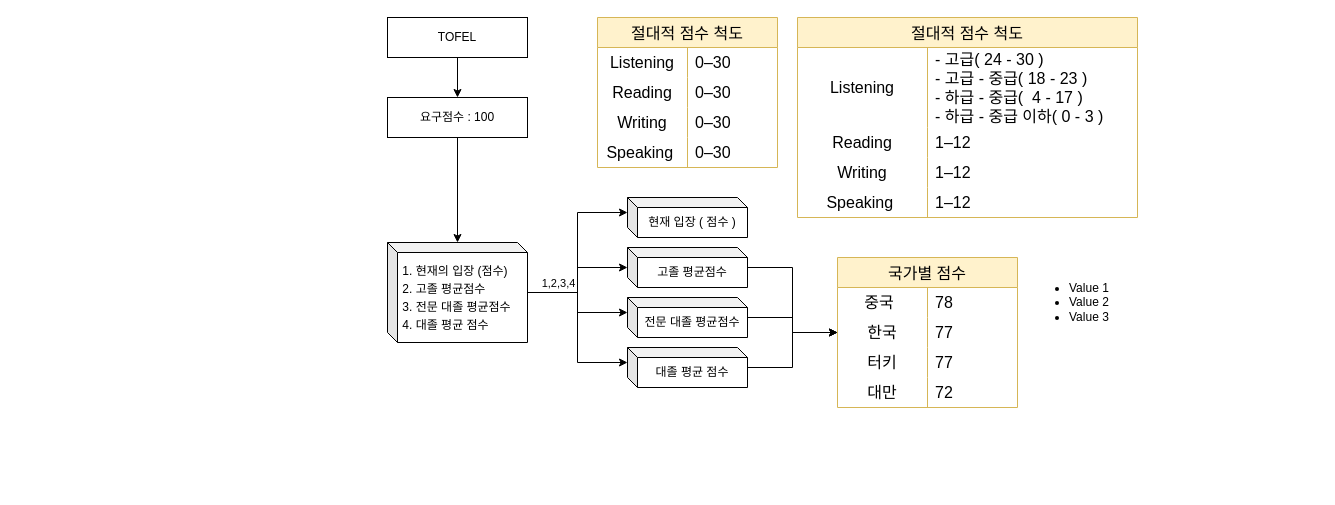
Earlier version of the draw.io diagram TOEFL.drawio (pH-513/CLangStudyList). Source tidied: cells renumbered, new cells numbered last; positions are measured from the earlier drawing's top-left corner, leaving out a move shared by most shapes. Both pictures are drawn from the tidied source at 100%, with x=0, y=0 at pixel (387, 17).
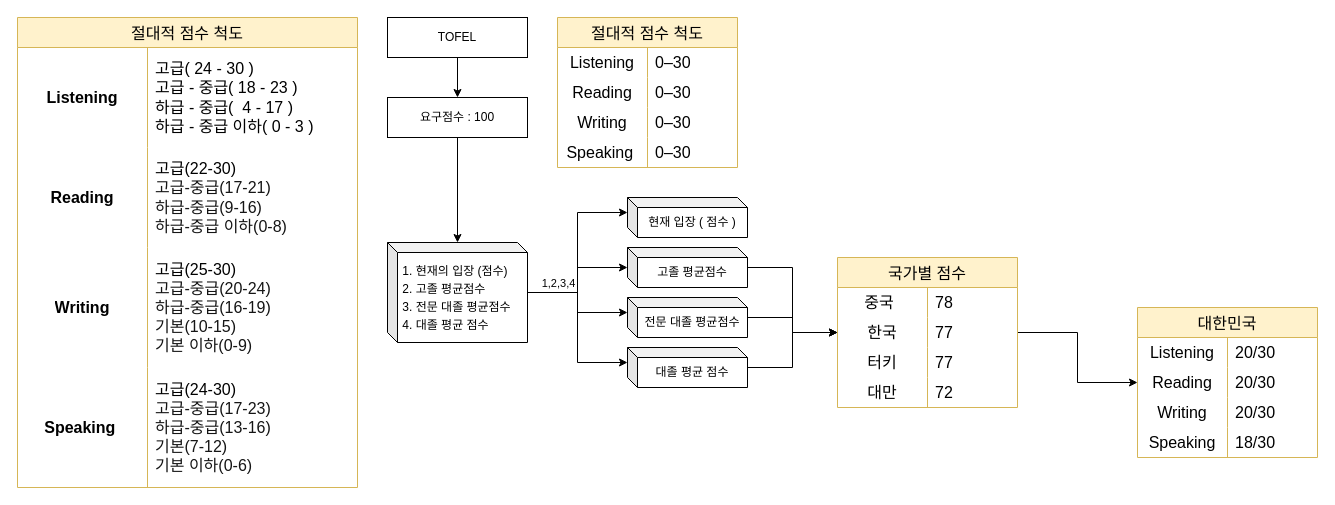
After the change.

The change refers to these unchanged cells:
```xml
<mxCell id="32" value="국가별 점수" style="shape=table;startSize=30;childLayout=tableLayout;rowLines=0;fontStyle=0;strokeColor=#d6b656;fontSize=16;fillColor=#fff2cc;" parent="1" vertex="1">
  <mxGeometry x="450" y="240" width="180" height="150" as="geometry" />
</mxCell>
```

The edit, as a diff of the source:
```diff
@@
     <mxCell id="19" value="절대적 점수 척도" style="shape=table;startSize=30;childLayout=tableLayout;rowLines=0;fontStyle=0;strokeColor=#d6b656;fontSize=16;fillColor=#fff2cc;" parent="1" vertex="1">
-      <mxGeometry x="210" width="180" height="150" as="geometry" />
+      <mxGeometry x="170" width="180" height="150" as="geometry" />
     </mxCell>
@@
+    <mxCell id="59" style="edgeStyle=orthogonalEdgeStyle;rounded=0;jettySize=auto;html=1;" parent="1" edge="1" source="32" target="60">
+      <mxGeometry relative="1" as="geometry" />
+    </mxCell>
@@
-    <mxCell id="45" value="&lt;ul&gt;&lt;li&gt;Value 1&lt;/li&gt;&lt;li&gt;Value 2&lt;/li&gt;&lt;li&gt;Value 3&lt;/li&gt;&lt;/ul&gt;" style="text;strokeColor=none;fillColor=none;html=1;whiteSpace=wrap;verticalAlign=middle;overflow=hidden;" parent="1" vertex="1">
-      <mxGeometry x="640" y="245" width="100" height="80" as="geometry" />
-    </mxCell>
     <mxCell id="46" value="절대적 점수 척도" style="shape=table;startSize=30;childLayout=tableLayout;rowLines=0;fontStyle=0;strokeColor=#d6b656;fontSize=16;fillColor=#fff2cc;" parent="1" vertex="1">
-      <mxGeometry x="410" width="340" height="200" as="geometry" />
+      <mxGeometry x="-370" width="340" height="470" as="geometry" />
     </mxCell>
     <mxCell id="47" style="shape=tableRow;horizontal=0;startSize=0;swimlaneHead=0;swimlaneBody=0;top=0;left=0;bottom=0;right=0;fillColor=none;strokeColor=inherit;fontSize=16;" parent="46" vertex="1">
-      <mxGeometry y="30" width="340" height="80" as="geometry" />
+      <mxGeometry y="30" width="340" height="100" as="geometry" />
     </mxCell>
-    <mxCell id="48" value="Listening" style="shape=partialRectangle;html=1;whiteSpace=wrap;fillColor=none;top=0;left=0;bottom=0;right=0;overflow=hidden;strokeColor=inherit;fontSize=16;" parent="47" vertex="1">
-      <mxGeometry width="130" height="80" as="geometry" />
+    <mxCell id="48" value="&lt;b&gt;Listening&lt;/b&gt;" style="shape=partialRectangle;html=1;whiteSpace=wrap;fillColor=none;top=0;left=0;bottom=0;right=0;overflow=hidden;strokeColor=inherit;fontSize=16;" parent="47" vertex="1">
+      <mxGeometry width="130" height="100" as="geometry" />
     </mxCell>
-    <mxCell id="49" value="- 고급( 24 - 30 )&lt;br&gt;- 고급 - 중급( 18 - 23 )&lt;br&gt;- 하급 - 중급(&amp;nbsp; 4 - 17 )&lt;br&gt;- 하급 - 중급 이하( 0 - 3 )" style="shape=partialRectangle;html=1;whiteSpace=wrap;fillColor=none;top=0;left=0;bottom=0;right=0;align=left;spacingLeft=6;overflow=hidden;strokeColor=inherit;fontSize=16;" parent="47" vertex="1">
-      <mxGeometry x="130" width="210" height="80" as="geometry" />
+    <mxCell id="49" value="고급( 24 - 30 )&lt;br&gt;고급 - 중급( 18 - 23 )&lt;br&gt;하급 - 중급(&amp;nbsp; 4 - 17 )&lt;br&gt;하급 - 중급 이하( 0 - 3 )" style="shape=partialRectangle;html=1;whiteSpace=wrap;fillColor=none;top=0;left=0;bottom=0;right=0;align=left;spacingLeft=6;overflow=hidden;strokeColor=inherit;fontSize=16;" parent="47" vertex="1">
+      <mxGeometry x="130" width="210" height="100" as="geometry" />
     </mxCell>
     <mxCell id="50" style="shape=tableRow;horizontal=0;startSize=0;swimlaneHead=0;swimlaneBody=0;top=0;left=0;bottom=0;right=0;fillColor=none;strokeColor=inherit;fontSize=16;" parent="46" vertex="1">
-      <mxGeometry y="110" width="340" height="30" as="geometry" />
+      <mxGeometry y="130" width="340" height="100" as="geometry" />
     </mxCell>
-    <mxCell id="51" value="Reading" style="shape=partialRectangle;html=1;whiteSpace=wrap;fillColor=none;top=0;left=0;bottom=0;right=0;overflow=hidden;strokeColor=inherit;fontSize=16;" parent="50" vertex="1">
-      <mxGeometry width="130" height="30" as="geometry" />
+    <mxCell id="51" value="&lt;b&gt;Reading&lt;/b&gt;" style="shape=partialRectangle;html=1;whiteSpace=wrap;fillColor=none;top=0;left=0;bottom=0;right=0;overflow=hidden;strokeColor=inherit;fontSize=16;" parent="50" vertex="1">
+      <mxGeometry width="130" height="100" as="geometry" />
     </mxCell>
-    <mxCell id="52" value="1–12" style="shape=partialRectangle;html=1;whiteSpace=wrap;fillColor=none;top=0;left=0;bottom=0;right=0;align=left;spacingLeft=6;overflow=hidden;strokeColor=inherit;fontSize=16;" parent="50" vertex="1">
-      <mxGeometry x="130" width="210" height="30" as="geometry" />
+    <mxCell id="52" value="&lt;font style=&quot;font-size: 16px;&quot;&gt;고급(22-30)&lt;br style=&quot;box-sizing: border-box; color: rgb(21, 21, 21); background-color: rgb(255, 255, 255);&quot; aria-hidden=&quot;true&quot;&gt;&lt;span style=&quot;color: rgb(21, 21, 21); background-color: rgb(255, 255, 255);&quot;&gt;고급-중급(17-21)&lt;/span&gt;&lt;br style=&quot;box-sizing: border-box; color: rgb(21, 21, 21); background-color: rgb(255, 255, 255);&quot; aria-hidden=&quot;true&quot;&gt;&lt;span style=&quot;color: rgb(21, 21, 21); background-color: rgb(255, 255, 255);&quot;&gt;하급-중급(9-16)&lt;/span&gt;&lt;br style=&quot;box-sizing: border-box; color: rgb(21, 21, 21); background-color: rgb(255, 255, 255);&quot; aria-hidden=&quot;true&quot;&gt;&lt;span style=&quot;color: rgb(21, 21, 21); background-color: rgb(255, 255, 255);&quot;&gt;하급-중급 이하(0-8)&lt;/span&gt;&lt;/font&gt;" style="shape=partialRectangle;html=1;whiteSpace=wrap;fillColor=none;top=0;left=0;bottom=0;right=0;align=left;spacingLeft=6;overflow=hidden;strokeColor=inherit;fontSize=16;" parent="50" vertex="1">
+      <mxGeometry x="130" width="210" height="100" as="geometry" />
     </mxCell>
     <mxCell id="53" style="shape=tableRow;horizontal=0;startSize=0;swimlaneHead=0;swimlaneBody=0;top=0;left=0;bottom=0;right=0;fillColor=none;strokeColor=inherit;fontSize=16;" parent="46" vertex="1">
-      <mxGeometry y="140" width="340" height="30" as="geometry" />
+      <mxGeometry y="230" width="340" height="120" as="geometry" />
     </mxCell>
-    <mxCell id="54" value="Writing" style="shape=partialRectangle;html=1;whiteSpace=wrap;fillColor=none;top=0;left=0;bottom=0;right=0;overflow=hidden;strokeColor=inherit;fontSize=16;" parent="53" vertex="1">
-      <mxGeometry width="130" height="30" as="geometry" />
+    <mxCell id="54" value="&lt;b&gt;Writing&lt;/b&gt;" style="shape=partialRectangle;html=1;whiteSpace=wrap;fillColor=none;top=0;left=0;bottom=0;right=0;overflow=hidden;strokeColor=inherit;fontSize=16;" parent="53" vertex="1">
+      <mxGeometry width="130" height="120" as="geometry" />
     </mxCell>
-    <mxCell id="55" value="1–12" style="shape=partialRectangle;html=1;whiteSpace=wrap;fillColor=none;top=0;left=0;bottom=0;right=0;align=left;spacingLeft=6;overflow=hidden;strokeColor=inherit;fontSize=16;" parent="53" vertex="1">
-      <mxGeometry x="130" width="210" height="30" as="geometry" />
+    <mxCell id="55" value="&lt;font style=&quot;font-size: 16px;&quot;&gt;고급(25-30)&lt;br style=&quot;box-sizing: border-box; color: rgb(21, 21, 21);&quot; aria-hidden=&quot;true&quot;&gt;&lt;span style=&quot;color: rgb(21, 21, 21);&quot;&gt;고급-중급(20-24)&lt;/span&gt;&lt;br style=&quot;box-sizing: border-box; color: rgb(21, 21, 21);&quot; aria-hidden=&quot;true&quot;&gt;&lt;span style=&quot;color: rgb(21, 21, 21);&quot;&gt;하급-중급(16-19)&lt;/span&gt;&lt;br style=&quot;box-sizing: border-box; color: rgb(21, 21, 21);&quot; aria-hidden=&quot;true&quot;&gt;&lt;span style=&quot;color: rgb(21, 21, 21);&quot;&gt;기본(10-15)&lt;/span&gt;&lt;br style=&quot;box-sizing: border-box; color: rgb(21, 21, 21);&quot; aria-hidden=&quot;true&quot;&gt;&lt;span style=&quot;color: rgb(21, 21, 21);&quot;&gt;기본 이하(0-9)&lt;/span&gt;&lt;/font&gt;" style="shape=partialRectangle;html=1;whiteSpace=wrap;fillColor=none;top=0;left=0;bottom=0;right=0;align=left;spacingLeft=6;overflow=hidden;strokeColor=inherit;fontSize=16;" parent="53" vertex="1">
+      <mxGeometry x="130" width="210" height="120" as="geometry" />
     </mxCell>
     <mxCell id="56" style="shape=tableRow;horizontal=0;startSize=0;swimlaneHead=0;swimlaneBody=0;top=0;left=0;bottom=0;right=0;fillColor=none;strokeColor=inherit;fontSize=16;" parent="46" vertex="1">
-      <mxGeometry y="170" width="340" height="30" as="geometry" />
+      <mxGeometry y="350" width="340" height="120" as="geometry" />
     </mxCell>
-    <mxCell id="57" value="Speaking&amp;nbsp;" style="shape=partialRectangle;html=1;whiteSpace=wrap;fillColor=none;top=0;left=0;bottom=0;right=0;overflow=hidden;strokeColor=inherit;fontSize=16;" parent="56" vertex="1">
-      <mxGeometry width="130" height="30" as="geometry" />
+    <mxCell id="57" value="&lt;b&gt;Speaking&amp;nbsp;&lt;/b&gt;" style="shape=partialRectangle;html=1;whiteSpace=wrap;fillColor=none;top=0;left=0;bottom=0;right=0;overflow=hidden;strokeColor=inherit;fontSize=16;" parent="56" vertex="1">
+      <mxGeometry width="130" height="120" as="geometry" />
     </mxCell>
-    <mxCell id="58" value="1–12" style="shape=partialRectangle;html=1;whiteSpace=wrap;fillColor=none;top=0;left=0;bottom=0;right=0;align=left;spacingLeft=6;overflow=hidden;strokeColor=inherit;fontSize=16;" parent="56" vertex="1">
-      <mxGeometry x="130" width="210" height="30" as="geometry" />
+    <mxCell id="58" value="&lt;font style=&quot;font-size: 16px;&quot;&gt;고급(24-30)&lt;br style=&quot;box-sizing: border-box; color: rgb(21, 21, 21); background-color: rgb(255, 255, 255);&quot; aria-hidden=&quot;true&quot;&gt;&lt;span style=&quot;color: rgb(21, 21, 21); background-color: rgb(255, 255, 255);&quot;&gt;고급-중급(17-23)&lt;/span&gt;&lt;br style=&quot;box-sizing: border-box; color: rgb(21, 21, 21); background-color: rgb(255, 255, 255);&quot; aria-hidden=&quot;true&quot;&gt;&lt;span style=&quot;color: rgb(21, 21, 21); background-color: rgb(255, 255, 255);&quot;&gt;하급-중급(13-16)&lt;/span&gt;&lt;br style=&quot;box-sizing: border-box; color: rgb(21, 21, 21); background-color: rgb(255, 255, 255);&quot; aria-hidden=&quot;true&quot;&gt;&lt;span style=&quot;color: rgb(21, 21, 21); background-color: rgb(255, 255, 255);&quot;&gt;기본(7-12)&lt;/span&gt;&lt;br style=&quot;box-sizing: border-box; color: rgb(21, 21, 21); background-color: rgb(255, 255, 255);&quot; aria-hidden=&quot;true&quot;&gt;&lt;span style=&quot;color: rgb(21, 21, 21); background-color: rgb(255, 255, 255);&quot;&gt;기본 이하(0-6)&lt;/span&gt;&lt;/font&gt;" style="shape=partialRectangle;html=1;whiteSpace=wrap;fillColor=none;top=0;left=0;bottom=0;right=0;align=left;spacingLeft=6;overflow=hidden;strokeColor=inherit;fontSize=16;" parent="56" vertex="1">
+      <mxGeometry x="130" width="210" height="120" as="geometry" />
     </mxCell>
+    <mxCell id="60" value="대한민국" style="shape=table;startSize=30;childLayout=tableLayout;rowLines=0;fontStyle=0;strokeColor=#d6b656;fontSize=16;fillColor=#fff2cc;strokeWidth=1;" parent="1" vertex="1">
+      <mxGeometry x="750" y="290" width="180" height="150" as="geometry" />
+    </mxCell>
+    <mxCell id="61" style="shape=tableRow;horizontal=0;startSize=0;swimlaneHead=0;swimlaneBody=0;top=0;left=0;bottom=0;right=0;fillColor=none;strokeColor=inherit;fontSize=16;" parent="60" vertex="1">
+      <mxGeometry y="30" width="180" height="30" as="geometry" />
+    </mxCell>
+    <mxCell id="62" value="Listening" style="shape=partialRectangle;html=1;whiteSpace=wrap;fillColor=none;top=0;left=0;bottom=0;right=0;overflow=hidden;strokeColor=inherit;fontSize=16;" parent="61" vertex="1">
+      <mxGeometry width="90" height="30" as="geometry" />
+    </mxCell>
+    <mxCell id="63" value="20/30" style="shape=partialRectangle;html=1;whiteSpace=wrap;fillColor=none;top=0;left=0;bottom=0;right=0;align=left;spacingLeft=6;overflow=hidden;strokeColor=inherit;fontSize=16;" parent="61" vertex="1">
+      <mxGeometry x="90" width="90" height="30" as="geometry" />
+    </mxCell>
+    <mxCell id="64" style="shape=tableRow;horizontal=0;startSize=0;swimlaneHead=0;swimlaneBody=0;top=0;left=0;bottom=0;right=0;fillColor=none;strokeColor=inherit;fontSize=16;" parent="60" vertex="1">
+      <mxGeometry y="60" width="180" height="30" as="geometry" />
+    </mxCell>
+    <mxCell id="65" value="Reading" style="shape=partialRectangle;html=1;whiteSpace=wrap;fillColor=none;top=0;left=0;bottom=0;right=0;overflow=hidden;strokeColor=inherit;fontSize=16;" parent="64" vertex="1">
+      <mxGeometry width="90" height="30" as="geometry" />
+    </mxCell>
+    <mxCell id="66" value="20/30" style="shape=partialRectangle;html=1;whiteSpace=wrap;fillColor=none;top=0;left=0;bottom=0;right=0;align=left;spacingLeft=6;overflow=hidden;strokeColor=inherit;fontSize=16;" parent="64" vertex="1">
+      <mxGeometry x="90" width="90" height="30" as="geometry" />
+    </mxCell>
+    <mxCell id="67" style="shape=tableRow;horizontal=0;startSize=0;swimlaneHead=0;swimlaneBody=0;top=0;left=0;bottom=0;right=0;fillColor=none;strokeColor=inherit;fontSize=16;" parent="60" vertex="1">
+      <mxGeometry y="90" width="180" height="30" as="geometry" />
+    </mxCell>
+    <mxCell id="68" value="Writing" style="shape=partialRectangle;html=1;whiteSpace=wrap;fillColor=none;top=0;left=0;bottom=0;right=0;overflow=hidden;strokeColor=inherit;fontSize=16;" parent="67" vertex="1">
+      <mxGeometry width="90" height="30" as="geometry" />
+    </mxCell>
+    <mxCell id="69" value="20/30" style="shape=partialRectangle;html=1;whiteSpace=wrap;fillColor=none;top=0;left=0;bottom=0;right=0;align=left;spacingLeft=6;overflow=hidden;strokeColor=inherit;fontSize=16;" parent="67" vertex="1">
+      <mxGeometry x="90" width="90" height="30" as="geometry" />
+    </mxCell>
+    <mxCell id="70" style="shape=tableRow;horizontal=0;startSize=0;swimlaneHead=0;swimlaneBody=0;top=0;left=0;bottom=0;right=0;fillColor=none;strokeColor=inherit;fontSize=16;" parent="60" vertex="1">
+      <mxGeometry y="120" width="180" height="30" as="geometry" />
+    </mxCell>
+    <mxCell id="71" value="Speaking" style="shape=partialRectangle;html=1;whiteSpace=wrap;fillColor=none;top=0;left=0;bottom=0;right=0;overflow=hidden;strokeColor=inherit;fontSize=16;" parent="70" vertex="1">
+      <mxGeometry width="90" height="30" as="geometry" />
+    </mxCell>
+    <mxCell id="72" value="18/30" style="shape=partialRectangle;html=1;whiteSpace=wrap;fillColor=none;top=0;left=0;bottom=0;right=0;align=left;spacingLeft=6;overflow=hidden;strokeColor=inherit;fontSize=16;" parent="70" vertex="1">
+      <mxGeometry x="90" width="90" height="30" as="geometry" />
+    </mxCell>
```
